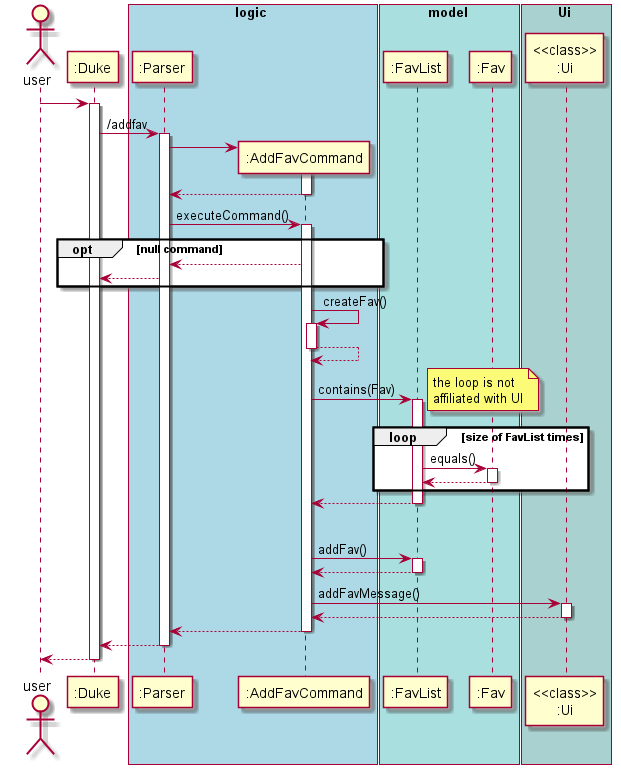
nus-cs2113-AY2021S1/tp keeps this PlantUML diagram as docs/DG_Diagrams/AddFavSequence.png. Above is the earlier version.
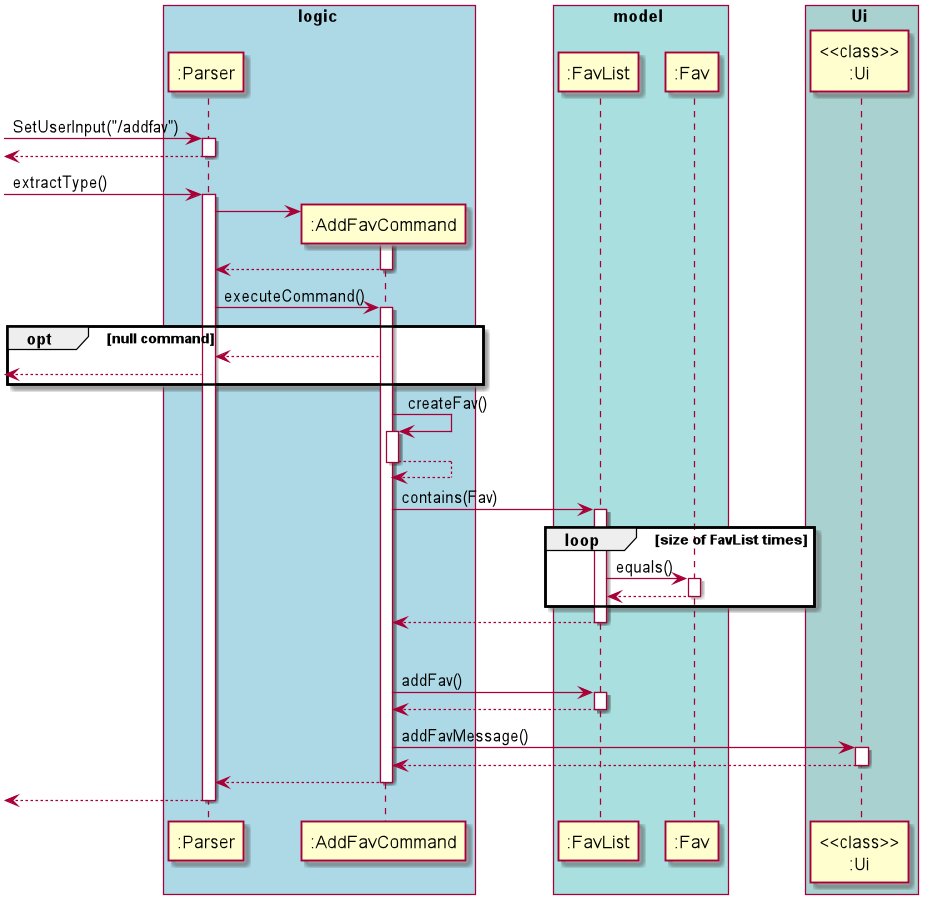
The same diagram one commit later.

Commit message:
Update seq diagram for AddFav and ListStops

The edit, as a diff of the source:
```diff
@@ -1,6 +1,5 @@
 @startuml
-actor user
-participant ":Duke"
+skinparam BoxPadding 30
 box logic #LightBlue
 participant ":Parser"
 participant ":AddFavCommand"
@@ -12,10 +11,11 @@
 box Ui #A9D1D0
 participant "<<class>>\n:Ui"
 end box
-
-user ->":Duke"
-activate ":Duke"
-":Duke" -> ":Parser" : /addfav
+[-> ":Parser" : SetUserInput("/addfav")
+activate ":Parser"
+[<-- ":Parser"
+deactivate ":Parser"
+[-> ":Parser" : extractType()
 activate ":Parser"
 create ":AddFavCommand"
 ":Parser" -> ":AddFavCommand"
@@ -26,7 +26,7 @@
 activate ":AddFavCommand"
 opt null command
     ":AddFavCommand" --> ":Parser"
-    ":Parser" --> ":Duke"
+    [<--":Parser"
 end
 ":AddFavCommand" -> ":AddFavCommand" : createFav()
 activate ":AddFavCommand"
@@ -36,10 +36,6 @@
 deactivate ":AddFavCommand"
 ":AddFavCommand" -> ":FavList" : contains(Fav)
 activate ":FavList"
-note right
-the loop is not
-affiliated with UI
-end note
 loop size of FavList times
     ":FavList" -> ":Fav" : equals()
      activate ":Fav"
@@ -60,9 +56,7 @@
     deactivate "<<class>>\n:Ui"
     ":AddFavCommand" --> ":Parser"
     deactivate ":AddFavCommand"
-    ":Parser" --> ":Duke"
+    [<--":Parser"
     deactivate ":Parser"
-    ":Duke" --> user
-    deactivate ":Duke"
 
 @enduml
```
